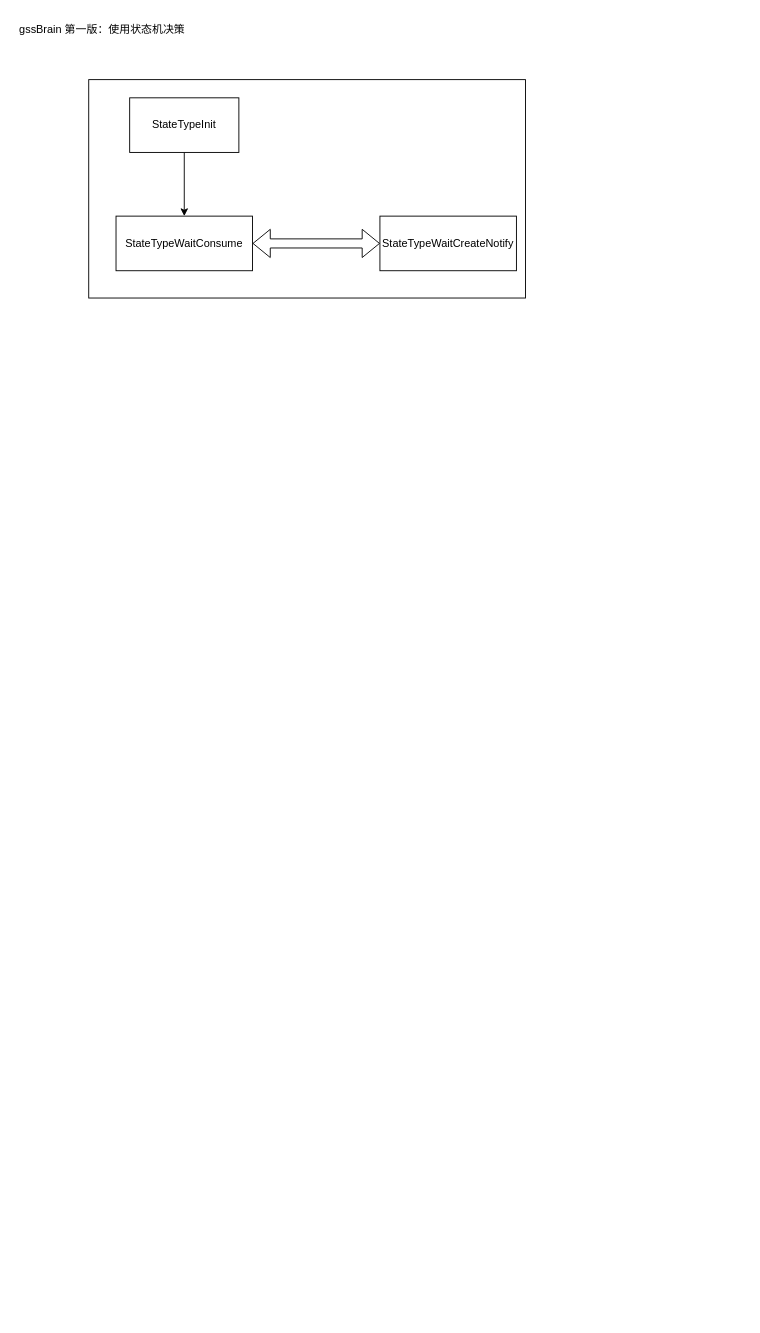
Above: page "第 2 页" (2 of 2) of AI.drawio in junpfeng/miao_go (draw.io), before the change. Source tidied: cells renumbered, new cells numbered last; positions are measured from the earlier drawing's top-left corner, leaving out a move shared by most shapes. Both pictures are drawn from the tidied source at 91%, with x=0, y=0 at pixel (15, 15).
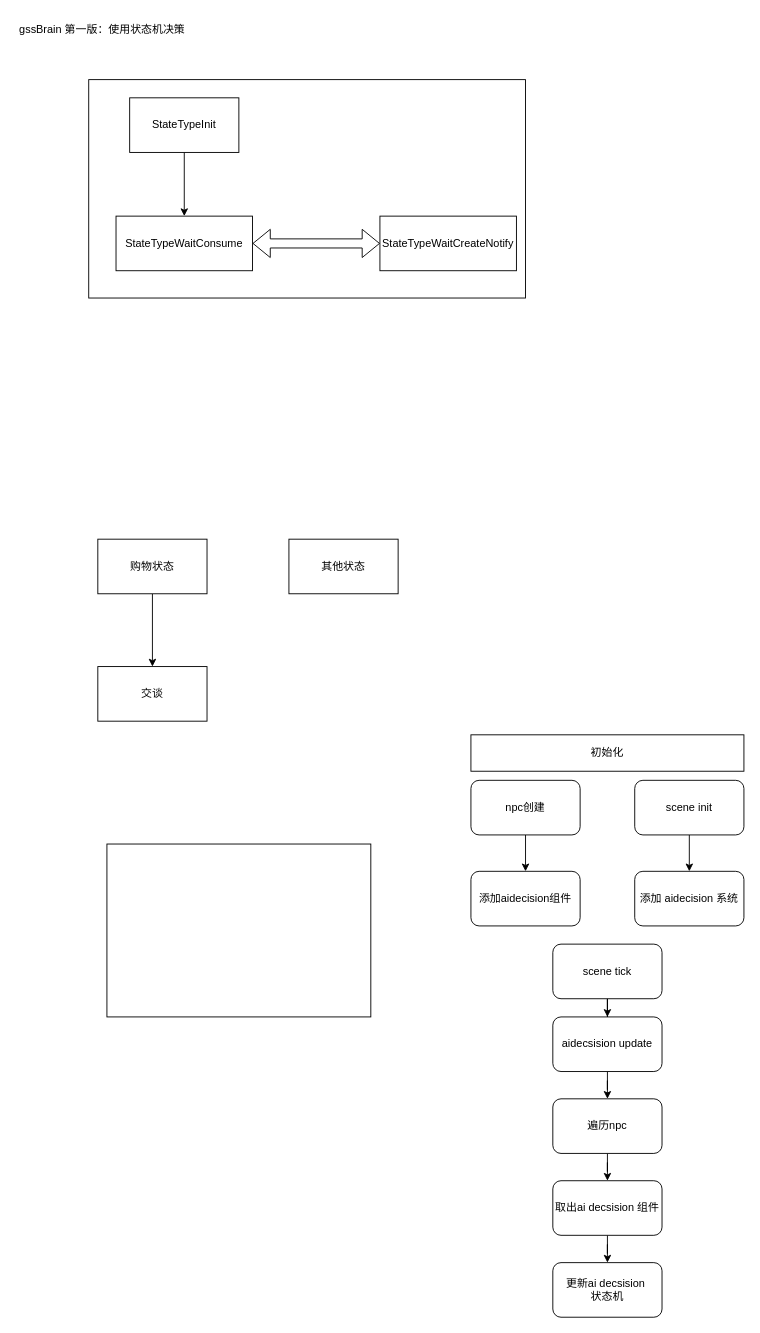
The same page after the edit.

Diff of the diagram source:
```diff
@@
+    <mxCell id="9" style="edgeStyle=orthogonalEdgeStyle;rounded=0;jettySize=auto;html=1;" parent="1" edge="1" source="10" target="12">
+      <mxGeometry relative="1" as="geometry" />
+    </mxCell>
+    <mxCell id="10" value="购物状态" style="rounded=0;whiteSpace=wrap;html=1;" parent="1" vertex="1">
+      <mxGeometry x="90" y="575" width="120" height="60" as="geometry" />
+    </mxCell>
+    <mxCell id="11" value="其他状态" style="rounded=0;whiteSpace=wrap;html=1;" parent="1" vertex="1">
+      <mxGeometry x="300" y="575" width="120" height="60" as="geometry" />
+    </mxCell>
+    <mxCell id="12" value="交谈" style="rounded=0;whiteSpace=wrap;html=1;" parent="1" vertex="1">
+      <mxGeometry x="90" y="715" width="120" height="60" as="geometry" />
+    </mxCell>
+    <mxCell id="13" style="rounded=0;whiteSpace=wrap;html=1;" parent="1" vertex="1">
+      <mxGeometry x="100" y="910" width="290" height="190" as="geometry" />
+    </mxCell>
+    <mxCell id="14" value="初始化" style="rounded=0;whiteSpace=wrap;html=1;" parent="1" vertex="1">
+      <mxGeometry x="500" y="790" width="300" height="40" as="geometry" />
+    </mxCell>
+    <mxCell id="15" style="edgeStyle=orthogonalEdgeStyle;rounded=0;jettySize=auto;html=1;" parent="1" edge="1" source="16" target="17">
+      <mxGeometry relative="1" as="geometry" />
+    </mxCell>
+    <mxCell id="16" value="npc创建" style="rounded=1;whiteSpace=wrap;html=1;" parent="1" vertex="1">
+      <mxGeometry x="500" y="840" width="120" height="60" as="geometry" />
+    </mxCell>
+    <mxCell id="17" value="添加aidecision组件" style="rounded=1;whiteSpace=wrap;html=1;" parent="1" vertex="1">
+      <mxGeometry x="500" y="940" width="120" height="60" as="geometry" />
+    </mxCell>
+    <mxCell id="18" style="edgeStyle=orthogonalEdgeStyle;rounded=0;jettySize=auto;html=1;" parent="1" edge="1" source="19" target="20">
+      <mxGeometry relative="1" as="geometry" />
+    </mxCell>
+    <mxCell id="19" value="scene init" style="rounded=1;whiteSpace=wrap;html=1;" parent="1" vertex="1">
+      <mxGeometry x="680" y="840" width="120" height="60" as="geometry" />
+    </mxCell>
+    <mxCell id="20" value="添加 aidecision 系统" style="rounded=1;whiteSpace=wrap;html=1;" parent="1" vertex="1">
+      <mxGeometry x="680" y="940" width="120" height="60" as="geometry" />
+    </mxCell>
+    <mxCell id="21" style="edgeStyle=orthogonalEdgeStyle;rounded=0;jettySize=auto;html=1;" parent="1" edge="1" source="22" target="24">
+      <mxGeometry relative="1" as="geometry" />
+    </mxCell>
+    <mxCell id="22" value="scene tick" style="rounded=1;whiteSpace=wrap;html=1;" parent="1" vertex="1">
+      <mxGeometry x="590" y="1020" width="120" height="60" as="geometry" />
+    </mxCell>
+    <mxCell id="23" style="edgeStyle=orthogonalEdgeStyle;rounded=0;jettySize=auto;html=1;" parent="1" edge="1" source="24" target="26">
+      <mxGeometry relative="1" as="geometry" />
+    </mxCell>
+    <mxCell id="24" value="aidecsision update" style="rounded=1;whiteSpace=wrap;html=1;" parent="1" vertex="1">
+      <mxGeometry x="590" y="1100" width="120" height="60" as="geometry" />
+    </mxCell>
+    <mxCell id="25" style="edgeStyle=orthogonalEdgeStyle;rounded=0;jettySize=auto;html=1;" parent="1" edge="1" source="26" target="28">
+      <mxGeometry relative="1" as="geometry" />
+    </mxCell>
+    <mxCell id="26" value="遍历npc" style="rounded=1;whiteSpace=wrap;html=1;" parent="1" vertex="1">
+      <mxGeometry x="590" y="1190" width="120" height="60" as="geometry" />
+    </mxCell>
+    <mxCell id="27" style="edgeStyle=orthogonalEdgeStyle;rounded=0;jettySize=auto;html=1;" parent="1" edge="1" source="28" target="29">
+      <mxGeometry relative="1" as="geometry" />
+    </mxCell>
+    <mxCell id="28" value="取出ai decsision 组件" style="rounded=1;whiteSpace=wrap;html=1;" parent="1" vertex="1">
+      <mxGeometry x="590" y="1280" width="120" height="60" as="geometry" />
+    </mxCell>
+    <mxCell id="29" value="更新ai decsision&amp;nbsp;&lt;div&gt;状态机&lt;/div&gt;" style="rounded=1;whiteSpace=wrap;html=1;" parent="1" vertex="1">
+      <mxGeometry x="590" y="1370" width="120" height="60" as="geometry" />
+    </mxCell>
```
